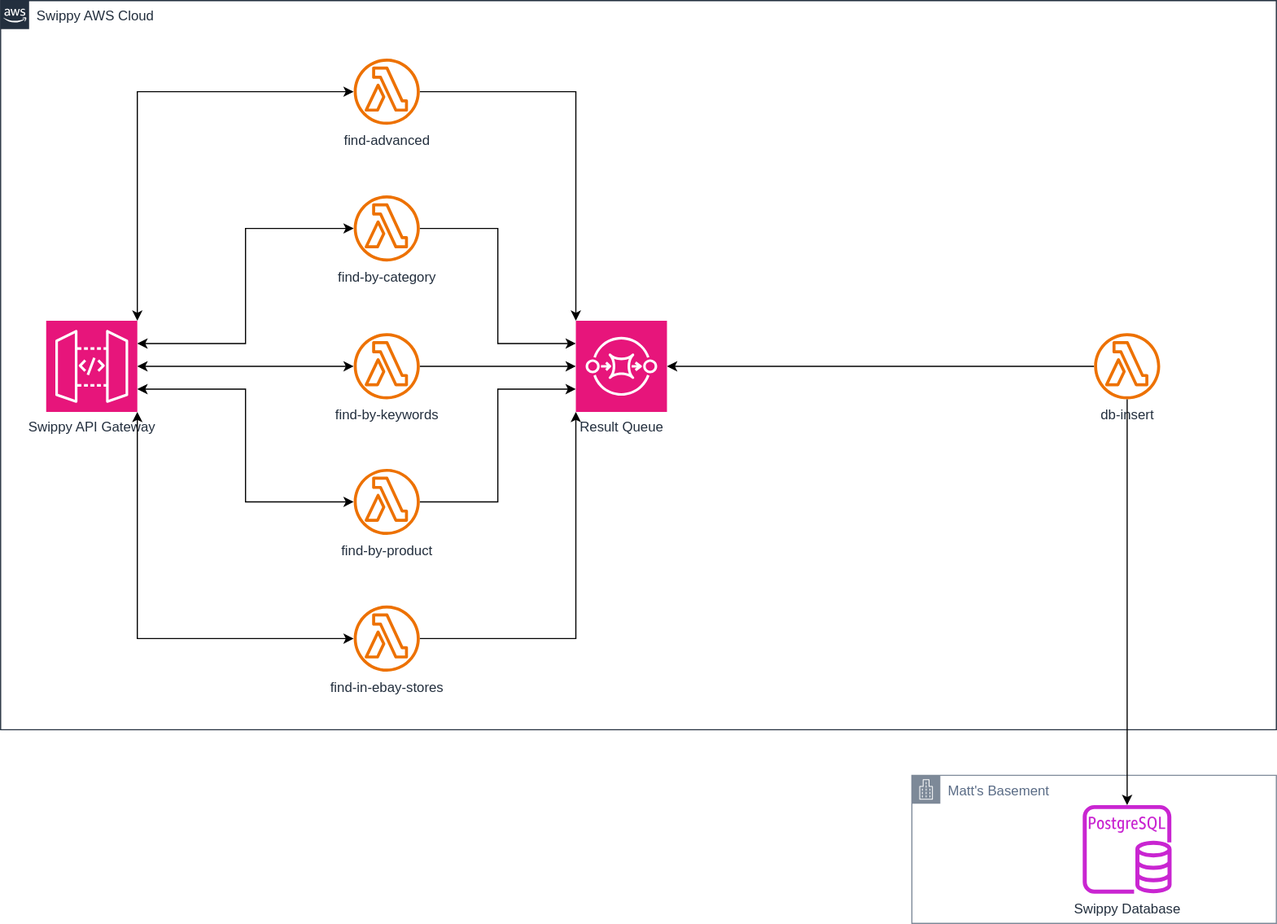
The draw.io diagram docs/swippy_architecture.drawio.svg in matthewdargan/swippy, before a commit. Source tidied: cells renumbered, new cells last; positions are measured from the earlier drawing's top-left corner, leaving out a move shared by most shapes.
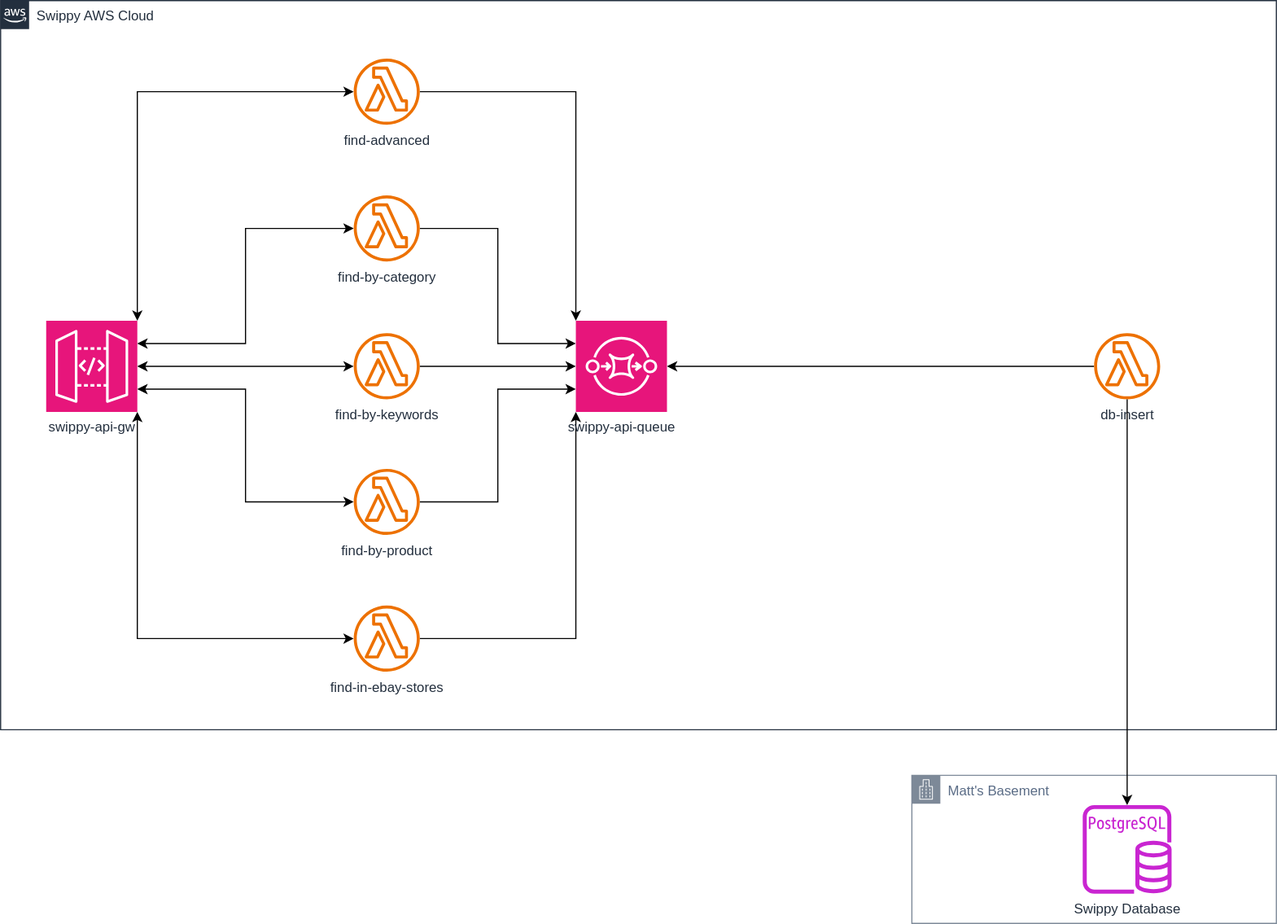
After the commit.

Change to the diagram source:
```diff
@@ -5,7 +5,7 @@
     <mxCell id="2" value="Swippy AWS Cloud" style="gradientColor=none;html=1;whiteSpace=wrap;fontSize=12;fontStyle=0;shape=mxgraph.aws4.group;grIcon=mxgraph.aws4.group_aws_cloud_alt;strokeColor=#232F3E;fillColor=none;verticalAlign=top;align=left;spacingLeft=30;fontColor=#232F3E;dashed=0;labelBackgroundColor=#ffffff;" parent="1" vertex="1">
       <mxGeometry width="1120" height="640" as="geometry" />
     </mxCell>
-    <mxCell id="3" value="&lt;div&gt;Swippy API Gateway&lt;/div&gt;" style="sketch=0;points=[[0,0,0],[0.25,0,0],[0.5,0,0],[0.75,0,0],[1,0,0],[0,1,0],[0.25,1,0],[0.5,1,0],[0.75,1,0],[1,1,0],[0,0.25,0],[0,0.5,0],[0,0.75,0],[1,0.25,0],[1,0.5,0],[1,0.75,0]];outlineConnect=0;fontColor=#232F3E;fillColor=#E7157B;strokeColor=#ffffff;dashed=0;verticalLabelPosition=bottom;verticalAlign=top;align=center;html=1;fontSize=12;fontStyle=0;shape=mxgraph.aws4.resourceIcon;resIcon=mxgraph.aws4.api_gateway;" parent="2" vertex="1">
+    <mxCell id="3" value="&lt;div&gt;swippy-api-gw&lt;/div&gt;" style="sketch=0;points=[[0,0,0],[0.25,0,0],[0.5,0,0],[0.75,0,0],[1,0,0],[0,1,0],[0.25,1,0],[0.5,1,0],[0.75,1,0],[1,1,0],[0,0.25,0],[0,0.5,0],[0,0.75,0],[1,0.25,0],[1,0.5,0],[1,0.75,0]];outlineConnect=0;fontColor=#232F3E;fillColor=#E7157B;strokeColor=#ffffff;dashed=0;verticalLabelPosition=bottom;verticalAlign=top;align=center;html=1;fontSize=12;fontStyle=0;shape=mxgraph.aws4.resourceIcon;resIcon=mxgraph.aws4.api_gateway;" parent="2" vertex="1">
       <mxGeometry x="40" y="281" width="80" height="80" as="geometry" />
     </mxCell>
     <mxCell id="4" style="edgeStyle=orthogonalEdgeStyle;rounded=0;jettySize=auto;html=1;entryX=0;entryY=0;entryDx=0;entryDy=0;entryPerimeter=0;" parent="2" edge="1" source="6" target="19">
@@ -53,7 +53,7 @@
     <mxCell id="18" value="find-in-ebay-stores" style="sketch=0;outlineConnect=0;fontColor=#232F3E;gradientColor=none;fillColor=#ED7100;strokeColor=none;dashed=0;verticalLabelPosition=bottom;verticalAlign=top;align=center;html=1;fontSize=12;fontStyle=0;shape=mxgraph.aws4.lambda_function;" parent="2" vertex="1">
       <mxGeometry x="310" y="531" width="58" height="58" as="geometry" />
     </mxCell>
-    <mxCell id="19" value="Result Queue" style="sketch=0;points=[[0,0,0],[0.25,0,0],[0.5,0,0],[0.75,0,0],[1,0,0],[0,1,0],[0.25,1,0],[0.5,1,0],[0.75,1,0],[1,1,0],[0,0.25,0],[0,0.5,0],[0,0.75,0],[1,0.25,0],[1,0.5,0],[1,0.75,0]];outlineConnect=0;fontColor=#232F3E;fillColor=#E7157B;strokeColor=#ffffff;dashed=0;verticalLabelPosition=bottom;verticalAlign=top;align=center;html=1;fontSize=12;fontStyle=0;shape=mxgraph.aws4.resourceIcon;resIcon=mxgraph.aws4.sqs;labelPosition=center;" parent="2" vertex="1">
+    <mxCell id="19" value="swippy-api-queue" style="sketch=0;points=[[0,0,0],[0.25,0,0],[0.5,0,0],[0.75,0,0],[1,0,0],[0,1,0],[0.25,1,0],[0.5,1,0],[0.75,1,0],[1,1,0],[0,0.25,0],[0,0.5,0],[0,0.75,0],[1,0.25,0],[1,0.5,0],[1,0.75,0]];outlineConnect=0;fontColor=#232F3E;fillColor=#E7157B;strokeColor=#ffffff;dashed=0;verticalLabelPosition=bottom;verticalAlign=top;align=center;html=1;fontSize=12;fontStyle=0;shape=mxgraph.aws4.resourceIcon;resIcon=mxgraph.aws4.sqs;labelPosition=center;" parent="2" vertex="1">
       <mxGeometry x="505" y="281" width="80" height="80" as="geometry" />
     </mxCell>
     <mxCell id="20" style="edgeStyle=orthogonalEdgeStyle;rounded=0;jettySize=auto;html=1;entryX=1;entryY=0.5;entryDx=0;entryDy=0;entryPerimeter=0;" parent="2" edge="1" source="21" target="19">
```
